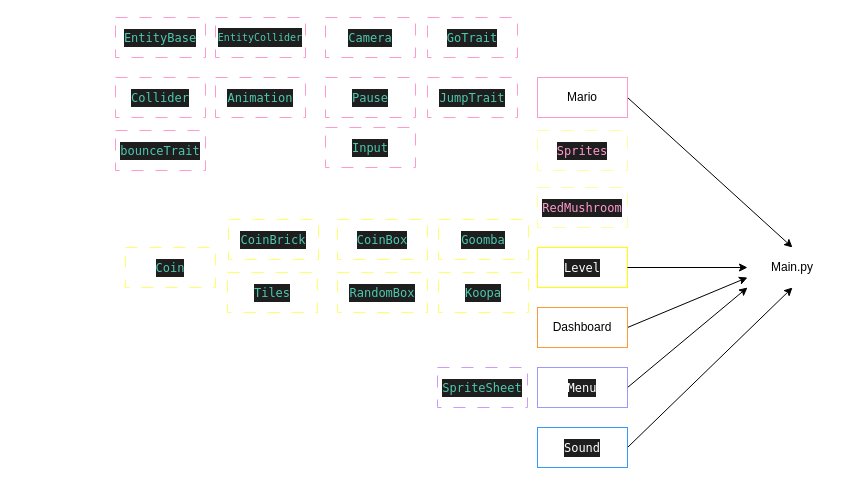
Earlier version of the draw.io diagram classws.drawio (SwanyWu/learn-to-game). Source tidied: cells renumbered, new cells numbered last; positions are measured from the earlier drawing's top-left corner, leaving out a move shared by most shapes. Both pictures are drawn from the tidied source at 100%, with x=0, y=0 at pixel (115, 17).
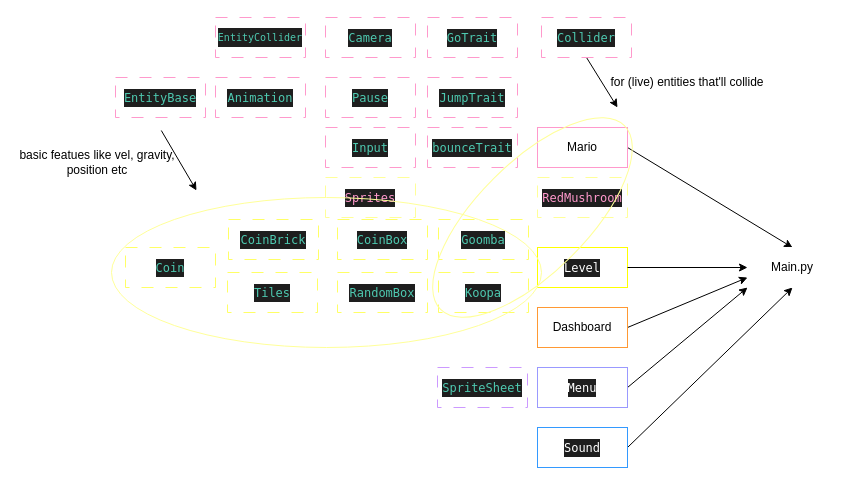
Above is the later version.

Commit message (it also covers changes not shown here):
comments and diagram modified

Change to the diagram source:
```diff
@@
     <mxCell id="3" value="Mario" style="whiteSpace=wrap;html=1;strokeColor=#FF99CC;" parent="1" vertex="1">
-      <mxGeometry x="422" y="60" width="90" height="40" as="geometry" />
+      <mxGeometry x="422" y="110" width="90" height="40" as="geometry" />
     </mxCell>
@@
+    <mxCell id="33" style="edgeStyle=none;html=1;exitX=0.5;exitY=1;exitDx=0;exitDy=0;" parent="1" edge="1" source="8">
+      <mxGeometry relative="1" as="geometry">
+        <mxPoint x="502" y="90" as="targetPoint" />
+      </mxGeometry>
+    </mxCell>
     <mxCell id="8" value="&lt;div style=&quot;color: rgb(212, 212, 212); background-color: rgb(30, 30, 30); font-family: Menlo, Monaco, &amp;quot;Courier New&amp;quot;, monospace; line-height: 18px;&quot;&gt;&lt;span style=&quot;color: #4ec9b0;&quot;&gt;Collider&lt;/span&gt;&lt;/div&gt;" style="whiteSpace=wrap;html=1;strokeColor=#FF99CC;dashed=1;dashPattern=12 12;" parent="1" vertex="1">
-      <mxGeometry y="60" width="90" height="40" as="geometry" />
+      <mxGeometry x="426" width="90" height="40" as="geometry" />
     </mxCell>
@@
     <mxCell id="11" value="&lt;div style=&quot;color: rgb(212, 212, 212); background-color: rgb(30, 30, 30); font-family: Menlo, Monaco, &amp;quot;Courier New&amp;quot;, monospace; line-height: 18px;&quot;&gt;&lt;span style=&quot;color: #4ec9b0;&quot;&gt;bounceTrait&lt;/span&gt;&lt;/div&gt;" style="whiteSpace=wrap;html=1;strokeColor=#FF99CC;dashed=1;dashPattern=12 12;" parent="1" vertex="1">
-      <mxGeometry y="113" width="90" height="40" as="geometry" />
+      <mxGeometry x="312" y="110" width="90" height="40" as="geometry" />
     </mxCell>
     <mxCell id="12" value="&lt;div style=&quot;background-color: rgb(30, 30, 30); font-family: Menlo, Monaco, &amp;quot;Courier New&amp;quot;, monospace; line-height: 18px;&quot;&gt;&lt;font color=&quot;#ff99cc&quot;&gt;RedMushroom&lt;/font&gt;&lt;/div&gt;" style="whiteSpace=wrap;html=1;strokeColor=#FFFF99;dashed=1;dashPattern=12 12;" parent="1" vertex="1">
-      <mxGeometry x="422" y="170" width="90" height="40" as="geometry" />
+      <mxGeometry x="422" y="160" width="90" height="40" as="geometry" />
     </mxCell>
+    <mxCell id="34" style="edgeStyle=none;html=1;" parent="1" edge="1">
+      <mxGeometry relative="1" as="geometry">
+        <mxPoint x="45.8" y="113" as="sourcePoint" />
+        <mxPoint x="81" y="173" as="targetPoint" />
+      </mxGeometry>
+    </mxCell>
     <mxCell id="13" value="&lt;div style=&quot;color: rgb(212, 212, 212); background-color: rgb(30, 30, 30); font-family: Menlo, Monaco, &amp;quot;Courier New&amp;quot;, monospace; line-height: 18px;&quot;&gt;&lt;span style=&quot;color: #4ec9b0;&quot;&gt;EntityBase&lt;/span&gt;&lt;/div&gt;" style="whiteSpace=wrap;html=1;strokeColor=#FF99CC;dashed=1;dashPattern=12 12;" parent="1" vertex="1">
-      <mxGeometry width="90" height="40" as="geometry" />
+      <mxGeometry y="60" width="90" height="40" as="geometry" />
     </mxCell>
     <mxCell id="14" value="&lt;div style=&quot;background-color: rgb(30, 30, 30); font-family: Menlo, Monaco, &amp;quot;Courier New&amp;quot;, monospace; line-height: 18px;&quot;&gt;&lt;font color=&quot;#ff99cc&quot;&gt;Sprites&lt;/font&gt;&lt;/div&gt;" style="whiteSpace=wrap;html=1;strokeColor=#FFFF99;dashed=1;dashPattern=12 12;" parent="1" vertex="1">
-      <mxGeometry x="422" y="113" width="90" height="40" as="geometry" />
+      <mxGeometry x="210" y="160" width="90" height="40" as="geometry" />
     </mxCell>
@@
+    <mxCell id="35" style="ellipse;whiteSpace=wrap;html=1;fillColor=none;strokeColor=#FFFF99;" parent="1" vertex="1">
+      <mxGeometry x="-4" y="180" width="430" height="150" as="geometry" />
+    </mxCell>
+    <mxCell id="36" value="basic featues like vel, gravity, position etc" style="text;strokeColor=none;align=center;fillColor=none;html=1;verticalAlign=middle;whiteSpace=wrap;rounded=0;" parent="1" vertex="1">
+      <mxGeometry x="-98" y="130" width="160" height="30" as="geometry" />
+    </mxCell>
+    <mxCell id="37" style="ellipse;whiteSpace=wrap;html=1;fillColor=none;strokeColor=#FFFF99;rotation=45;" parent="1" vertex="1">
+      <mxGeometry x="362" y="70" width="110" height="260" as="geometry" />
+    </mxCell>
+    <mxCell id="38" value="for (live) entities that'll collide" style="text;strokeColor=none;align=center;fillColor=none;html=1;verticalAlign=middle;whiteSpace=wrap;rounded=0;" parent="1" vertex="1">
+      <mxGeometry x="492" y="50" width="160" height="30" as="geometry" />
+    </mxCell>
```
